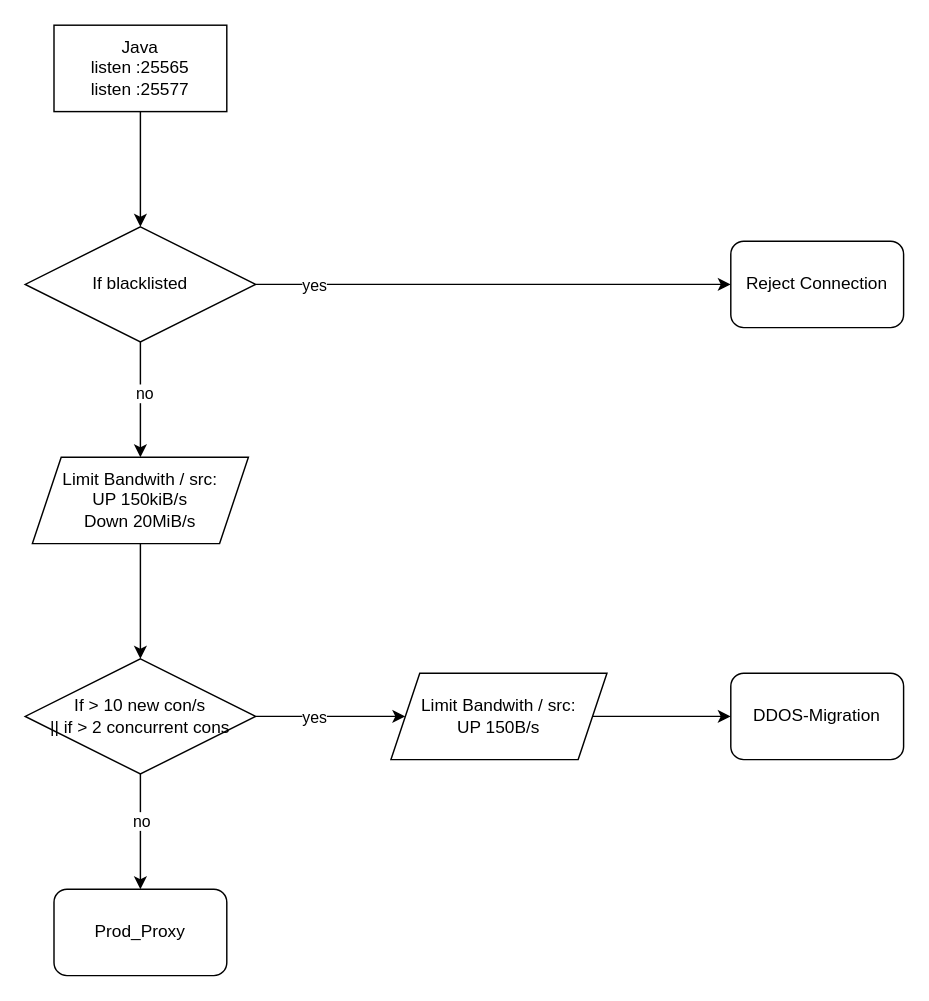
Earlier version of the draw.io diagram docs/application_firewall.drawio (nicolube/mc-firewall). Source tidied: cells renumbered, new cells numbered last; positions are measured from the earlier drawing's top-left corner, leaving out a move shared by most shapes. Both pictures are drawn from the tidied source at 144%, with x=0, y=0 at pixel (24, 24).
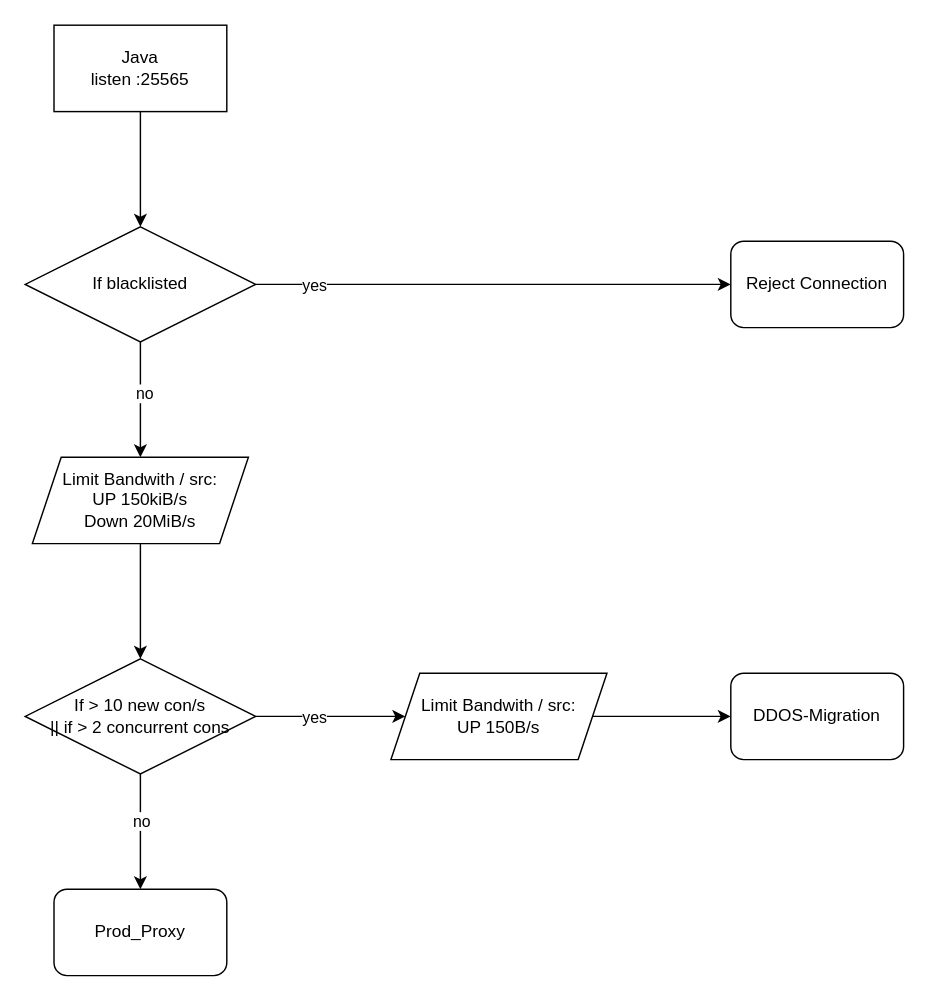
The same page after the edit.

Diff of the diagram source:
```diff
@@
-<mxGraphModel>
+<mxGraphModel background="#ffffff">
@@
-    <mxCell id="8" value="Java&lt;br&gt;listen :25565&lt;div&gt;listen :25577&lt;/div&gt;" style="rounded=0;whiteSpace=wrap;html=1;" parent="1" vertex="1">
+    <mxCell id="8" value="Java&lt;br&gt;listen :25565" style="rounded=0;whiteSpace=wrap;html=1;" parent="1" vertex="1">
       <mxGeometry x="20" width="120" height="60" as="geometry" />
     </mxCell>
```
